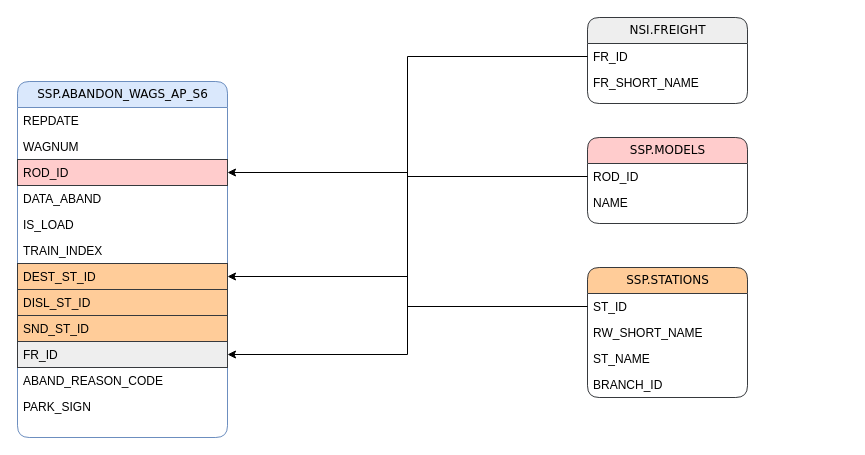
Before: Диаграмма без названия.drawio in ivushkin/Data-Analyst, a draw.io diagram. Source tidied: cells renumbered, new cells numbered last; positions are measured from the earlier drawing's top-left corner, leaving out a move shared by most shapes. Both pictures are drawn from the tidied source at 100%, with x=0, y=0 at pixel (17, 17).
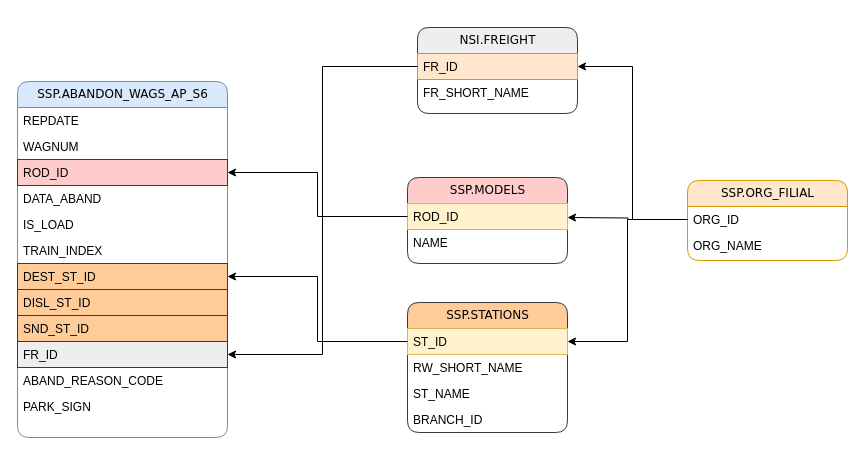
Above is the later version.

Change to the diagram source:
```diff
@@
     <mxCell id="15" value="NSI.FREIGHT" style="swimlane;html=1;fontStyle=0;horizontal=1;startSize=26;fillColor=#eeeeee;swimlaneFillColor=#ffffff;align=center;rounded=1;shadow=0;comic=0;labelBackgroundColor=none;strokeWidth=1;fontFamily=Verdana;fontSize=12;strokeColor=#36393d;" parent="1" vertex="1">
-      <mxGeometry x="570" width="160" height="86" as="geometry" />
+      <mxGeometry x="400" y="10" width="160" height="86" as="geometry" />
     </mxCell>
-    <mxCell id="16" value="FR_ID" style="text;html=1;strokeColor=none;fillColor=none;spacingLeft=4;spacingRight=4;whiteSpace=wrap;overflow=hidden;points=[[0,0.5],[1,0.5]];portConstraint=eastwest;" parent="15" vertex="1">
+    <mxCell id="16" value="FR_ID" style="text;html=1;strokeColor=#d79b00;fillColor=#ffe6cc;spacingLeft=4;spacingRight=4;whiteSpace=wrap;overflow=hidden;points=[[0,0.5],[1,0.5]];portConstraint=eastwest;" parent="15" vertex="1">
       <mxGeometry y="26" width="160" height="26" as="geometry" />
     </mxCell>
@@
     <mxCell id="19" value="SSP.MODELS" style="swimlane;html=1;fontStyle=0;horizontal=1;startSize=26;fillColor=#ffcccc;swimlaneFillColor=#ffffff;align=center;rounded=1;shadow=0;comic=0;labelBackgroundColor=none;strokeWidth=1;fontFamily=Verdana;fontSize=12;strokeColor=#36393d;" parent="1" vertex="1">
-      <mxGeometry x="570" y="120" width="160" height="86" as="geometry" />
+      <mxGeometry x="390" y="160" width="160" height="86" as="geometry" />
     </mxCell>
-    <mxCell id="20" value="ROD_ID" style="text;html=1;strokeColor=none;fillColor=none;spacingLeft=4;spacingRight=4;whiteSpace=wrap;overflow=hidden;points=[[0,0.5],[1,0.5]];portConstraint=eastwest;" parent="19" vertex="1">
+    <mxCell id="20" value="ROD_ID" style="text;html=1;strokeColor=#d6b656;fillColor=#fff2cc;spacingLeft=4;spacingRight=4;whiteSpace=wrap;overflow=hidden;points=[[0,0.5],[1,0.5]];portConstraint=eastwest;" parent="19" vertex="1">
       <mxGeometry y="26" width="160" height="26" as="geometry" />
     </mxCell>
@@
     <mxCell id="23" value="SSP.STATIONS" style="swimlane;html=1;fontStyle=0;horizontal=1;startSize=26;fillColor=#ffcc99;swimlaneFillColor=#ffffff;align=center;rounded=1;shadow=0;comic=0;labelBackgroundColor=none;strokeWidth=1;fontFamily=Verdana;fontSize=12;strokeColor=#36393d;" parent="1" vertex="1">
-      <mxGeometry x="570" y="250" width="160" height="130" as="geometry" />
+      <mxGeometry x="390" y="285" width="160" height="130" as="geometry" />
     </mxCell>
-    <mxCell id="24" value="ST_ID" style="text;html=1;strokeColor=none;fillColor=none;spacingLeft=4;spacingRight=4;whiteSpace=wrap;overflow=hidden;points=[[0,0.5],[1,0.5]];portConstraint=eastwest;" parent="23" vertex="1">
+    <mxCell id="24" value="ST_ID" style="text;html=1;strokeColor=#d6b656;fillColor=#fff2cc;spacingLeft=4;spacingRight=4;whiteSpace=wrap;overflow=hidden;points=[[0,0.5],[1,0.5]];portConstraint=eastwest;" parent="23" vertex="1">
       <mxGeometry y="26" width="160" height="26" as="geometry" />
     </mxCell>
@@
+    <mxCell id="29" value="SSP.ORG_FILIAL" style="swimlane;html=1;fontStyle=0;horizontal=1;startSize=26;fillColor=#ffe6cc;swimlaneFillColor=#ffffff;align=center;rounded=1;shadow=0;comic=0;labelBackgroundColor=none;strokeWidth=1;fontFamily=Verdana;fontSize=12;strokeColor=#d79b00;" parent="1" vertex="1">
+      <mxGeometry x="670" y="163" width="160" height="80" as="geometry" />
+    </mxCell>
+    <mxCell id="30" style="edgeStyle=orthogonalEdgeStyle;rounded=0;jettySize=auto;html=1;exitX=0;exitY=0.5;exitDx=0;exitDy=0;" parent="29" edge="1" source="31">
+      <mxGeometry relative="1" as="geometry">
+        <mxPoint x="-120" y="37" as="targetPoint" />
+      </mxGeometry>
+    </mxCell>
+    <mxCell id="31" value="ORG_ID" style="text;html=1;strokeColor=none;fillColor=none;spacingLeft=4;spacingRight=4;whiteSpace=wrap;overflow=hidden;points=[[0,0.5],[1,0.5]];portConstraint=eastwest;" parent="29" vertex="1">
+      <mxGeometry y="26" width="160" height="26" as="geometry" />
+    </mxCell>
+    <mxCell id="32" value="ORG_NAME&lt;br&gt;" style="text;html=1;strokeColor=none;fillColor=none;spacingLeft=4;spacingRight=4;whiteSpace=wrap;overflow=hidden;" parent="29" vertex="1">
+      <mxGeometry y="52" width="160" height="26" as="geometry" />
+    </mxCell>
+    <mxCell id="33" style="edgeStyle=orthogonalEdgeStyle;rounded=0;jettySize=auto;html=1;exitX=0;exitY=0.5;exitDx=0;exitDy=0;entryX=1;entryY=0.5;entryDx=0;entryDy=0;" parent="1" edge="1" source="31" target="24">
+      <mxGeometry relative="1" as="geometry" />
+    </mxCell>
+    <mxCell id="34" style="edgeStyle=orthogonalEdgeStyle;rounded=0;jettySize=auto;html=1;exitX=0;exitY=0.5;exitDx=0;exitDy=0;entryX=1;entryY=0.5;entryDx=0;entryDy=0;" parent="1" edge="1" source="31" target="16">
+      <mxGeometry relative="1" as="geometry" />
+    </mxCell>
```
